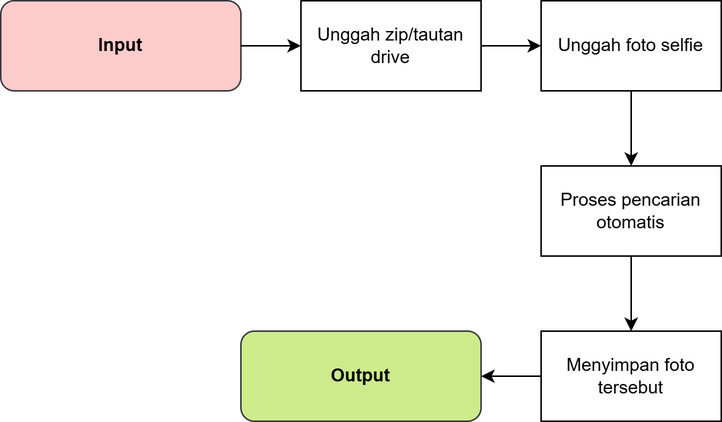
Before: image/B4-To Be.png, a diagram exported from draw.io (alfanditora/Proposal-TA). Source tidied: cells renumbered, new cells last; positions are measured from the earlier drawing's top-left corner, leaving out a move shared by most shapes.
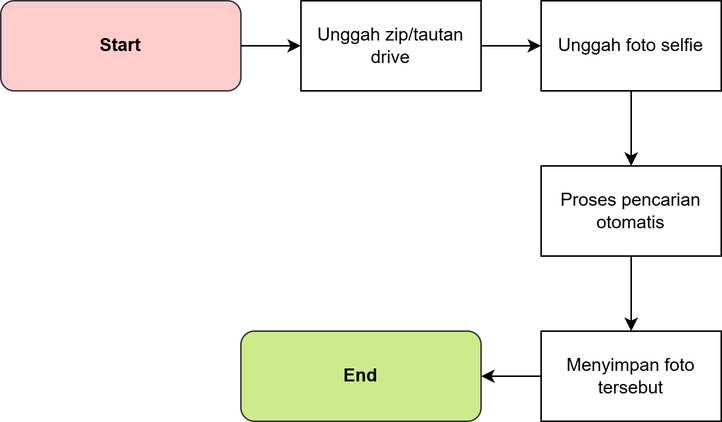
After the change.

The edit, as a diff of the source:
```diff
@@ -22,10 +22,10 @@
     <mxCell id="7" value="Unggah zip/tautan drive" style="rounded=0;whiteSpace=wrap;html=1;" parent="1" vertex="1">
       <mxGeometry x="200" width="120" height="60" as="geometry" />
     </mxCell>
-    <mxCell id="8" value="Output" style="rounded=1;whiteSpace=wrap;html=1;fillColor=#cdeb8b;strokeColor=#36393d;fontStyle=1;" parent="1" vertex="1">
+    <mxCell id="8" value="End" style="rounded=1;whiteSpace=wrap;html=1;fillColor=#cdeb8b;strokeColor=#36393d;fontStyle=1;" parent="1" vertex="1">
       <mxGeometry x="160" y="220" width="160" height="60" as="geometry" />
     </mxCell>
-    <mxCell id="9" value="Input" style="rounded=1;whiteSpace=wrap;html=1;fillColor=#ffcccc;strokeColor=#36393d;fontStyle=1;" parent="1" vertex="1">
+    <mxCell id="9" value="Start" style="rounded=1;whiteSpace=wrap;html=1;fillColor=#ffcccc;strokeColor=#36393d;fontStyle=1;" parent="1" vertex="1">
       <mxGeometry width="160" height="60" as="geometry" />
     </mxCell>
     <mxCell id="10" style="endArrow=classic;html=1;rounded=0;exitX=1;exitY=0.5;exitDx=0;exitDy=0;entryX=0;entryY=0.5;entryDx=0;entryDy=0;" parent="1" edge="1" source="9" target="7">
```
